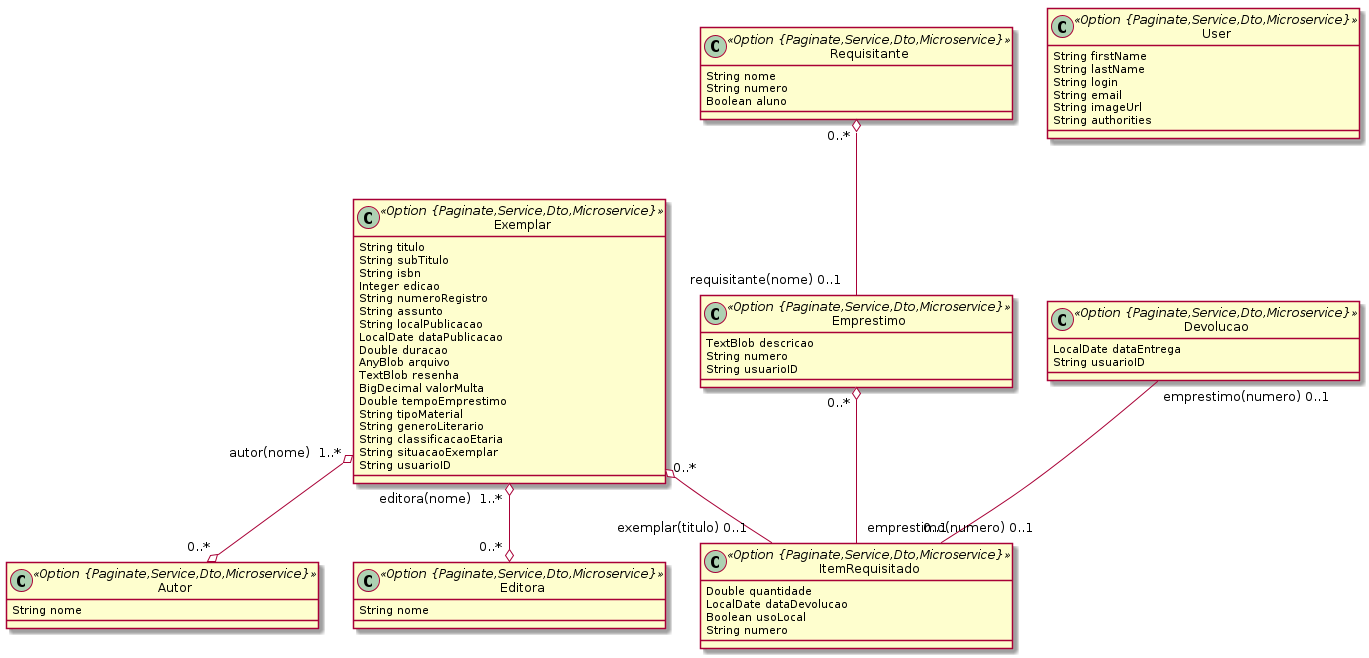
The PlantUML diagram domain-ensino/5biblioteca.png in ravunana/manda-ensino, before a commit.
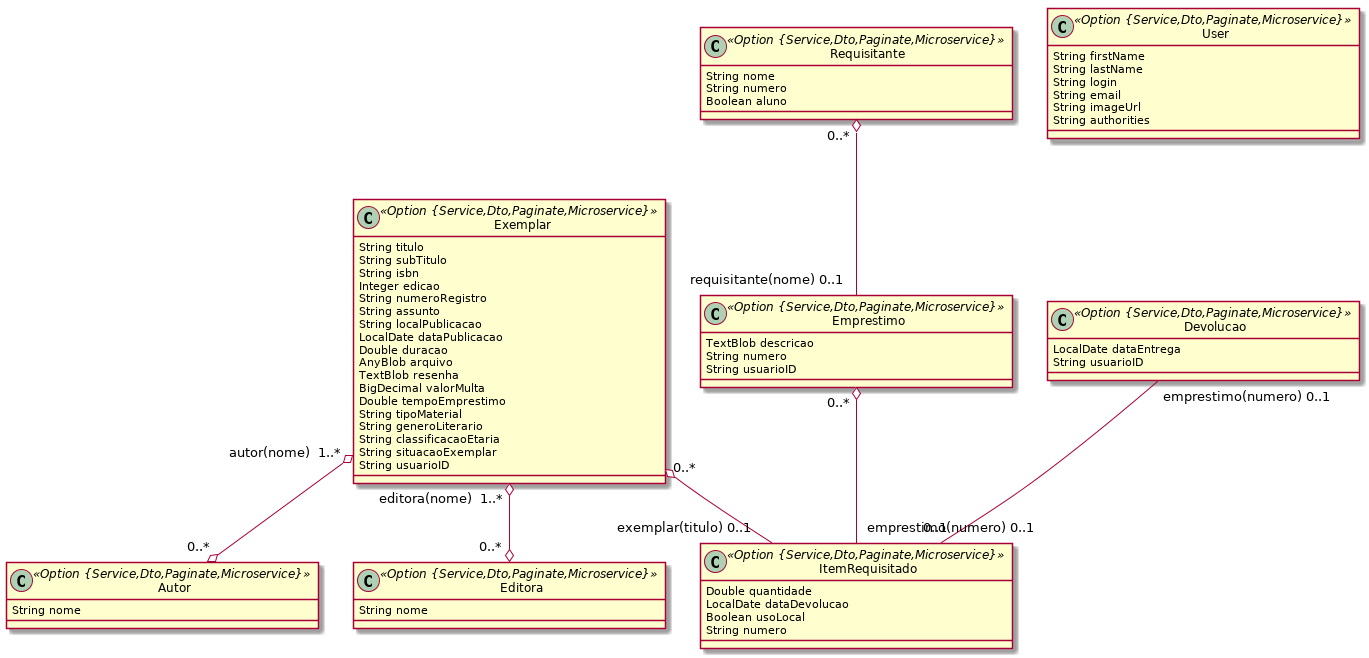
Later version of the same file.

Diff of the diagram source:
```diff
@@ -1,6 +1,6 @@
 @startuml
 	!pragma syntax class
-	class Exemplar <<Option {Paginate,Service,Dto,Microservice}>> {
+	class Exemplar <<Option {Service,Dto,Paginate,Microservice}>> {
 		String titulo
 		String subTitulo
 		String isbn
@@ -20,27 +20,27 @@
 		String situacaoExemplar
 		String usuarioID
 	}
-	class Emprestimo <<Option {Paginate,Service,Dto,Microservice}>> {
+	class Emprestimo <<Option {Service,Dto,Paginate,Microservice}>> {
 		TextBlob descricao
 		String numero
 		String usuarioID
 	}
-	class Devolucao <<Option {Paginate,Service,Dto,Microservice}>> {
+	class Devolucao <<Option {Service,Dto,Paginate,Microservice}>> {
 		LocalDate dataEntrega
 		String usuarioID
 	}
-	class Autor <<Option {Paginate,Service,Dto,Microservice}>> {
+	class Autor <<Option {Service,Dto,Paginate,Microservice}>> {
 		String nome
 	}
-	class Editora <<Option {Paginate,Service,Dto,Microservice}>> {
+	class Editora <<Option {Service,Dto,Paginate,Microservice}>> {
 		String nome
 	}
-	class Requisitante <<Option {Paginate,Service,Dto,Microservice}>> {
+	class Requisitante <<Option {Service,Dto,Paginate,Microservice}>> {
 		String nome
 		String numero
 		Boolean aluno
 	}
-	class ItemRequisitado <<Option {Paginate,Service,Dto,Microservice}>> {
+	class ItemRequisitado <<Option {Service,Dto,Paginate,Microservice}>> {
 		Double quantidade
 		LocalDate dataDevolucao
 		Boolean usoLocal
@@ -52,7 +52,7 @@
 	Emprestimo  "0..* " o-- "emprestimo(numero) 0..1 "  ItemRequisitado
 	Exemplar  "autor(nome)  1..* " o--o "0..* "  Autor
 	Exemplar  "editora(nome)  1..* " o--o "0..* "  Editora
-	class User <<Option {Paginate,Service,Dto,Microservice}>> {
+	class User <<Option {Service,Dto,Paginate,Microservice}>> {
 		String firstName
 		String lastName
 		String login
```
